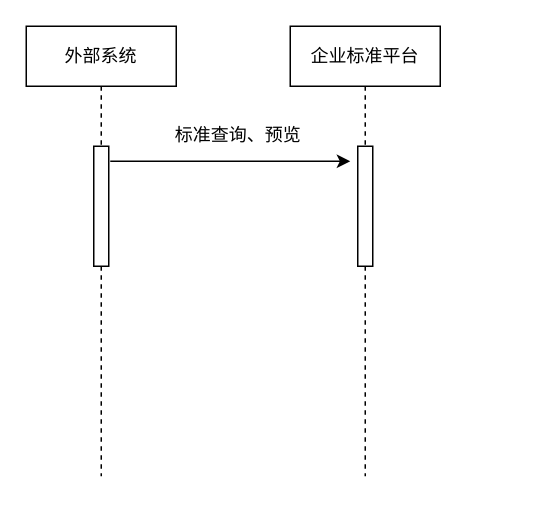
Earlier version of the draw.io diagram 设计相关/标准实时.drawio (DemonHan/KuickBuy). Source tidied: cells renumbered, new cells numbered last; positions are measured from the earlier drawing's top-left corner, leaving out a move shared by most shapes. Both pictures are drawn from the tidied source at 150%, with x=0, y=0 at pixel (26, 26).
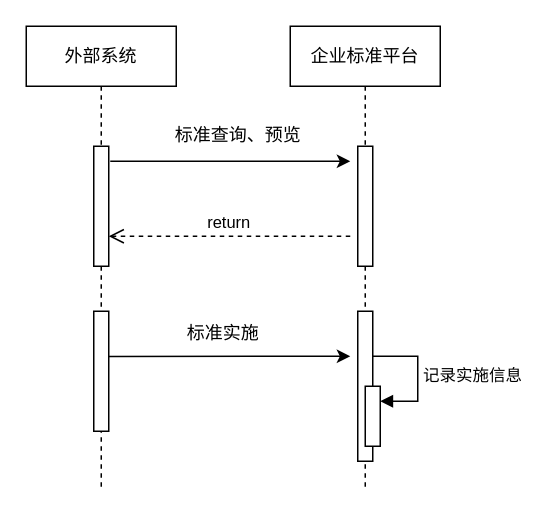
The same page after the edit.

Commit message (it also covers changes not shown here):
更新标准实时.drawio

What changed in the source:
```diff
@@
 <mxGraphModel>
   <root>
     <mxCell id="0" />
     <mxCell id="1" parent="0" />
     <mxCell id="2" value="企业标准平台" style="shape=umlLifeline;perimeter=lifelinePerimeter;whiteSpace=wrap;html=1;newEdgeStyle={&quot;edgeStyle&quot;:&quot;elbowEdgeStyle&quot;,&quot;elbow&quot;:&quot;vertical&quot;,&quot;curved&quot;:0,&quot;rounded&quot;:0};" parent="1" vertex="1">
-      <mxGeometry x="176" width="100" height="300" as="geometry" />
+      <mxGeometry x="176" width="100" height="310" as="geometry" />
     </mxCell>
     <mxCell id="3" style="html=1;perimeter=orthogonalPerimeter;targetShapes=umlLifeline;newEdgeStyle={&quot;edgeStyle&quot;:&quot;elbowEdgeStyle&quot;,&quot;elbow&quot;:&quot;vertical&quot;,&quot;curved&quot;:0,&quot;rounded&quot;:0};" parent="2" vertex="1">
       <mxGeometry x="45" y="80" width="10" height="80" as="geometry" />
     </mxCell>
+    <mxCell id="8" style="html=1;perimeter=orthogonalPerimeter;targetShapes=umlLifeline;newEdgeStyle={&quot;edgeStyle&quot;:&quot;elbowEdgeStyle&quot;,&quot;elbow&quot;:&quot;vertical&quot;,&quot;curved&quot;:0,&quot;rounded&quot;:0};" parent="2" vertex="1">
+      <mxGeometry x="45" y="190" width="10" height="100" as="geometry" />
+    </mxCell>
+    <mxCell id="9" style="html=1;points=[];perimeter=orthogonalPerimeter;outlineConnect=0;targetShapes=umlLifeline;portConstraint=eastwest;newEdgeStyle={&quot;edgeStyle&quot;:&quot;elbowEdgeStyle&quot;,&quot;elbow&quot;:&quot;vertical&quot;,&quot;curved&quot;:0,&quot;rounded&quot;:0};" parent="2" vertex="1">
+      <mxGeometry x="50" y="240" width="10" height="40" as="geometry" />
+    </mxCell>
+    <mxCell id="10" value="记录实施信息" style="html=1;align=left;spacingLeft=2;endArrow=block;rounded=0;edgeStyle=orthogonalEdgeStyle;curved=0;rounded=0;" parent="2" edge="1" target="9">
+      <mxGeometry relative="1" as="geometry">
+        <mxPoint x="55" y="220" as="sourcePoint" />
+        <Array as="points">
+          <mxPoint x="85" y="250" />
+        </Array>
+      </mxGeometry>
+    </mxCell>
     <mxCell id="4" value="外部系统" style="shape=umlLifeline;perimeter=lifelinePerimeter;whiteSpace=wrap;html=1;newEdgeStyle={&quot;edgeStyle&quot;:&quot;elbowEdgeStyle&quot;,&quot;elbow&quot;:&quot;vertical&quot;,&quot;curved&quot;:0,&quot;rounded&quot;:0};" parent="1" vertex="1">
-      <mxGeometry width="100" height="300" as="geometry" />
+      <mxGeometry width="100" height="310" as="geometry" />
     </mxCell>
     <mxCell id="5" style="html=1;points=[];perimeter=orthogonalPerimeter;outlineConnect=0;targetShapes=umlLifeline;portConstraint=eastwest;newEdgeStyle={&quot;edgeStyle&quot;:&quot;elbowEdgeStyle&quot;,&quot;elbow&quot;:&quot;vertical&quot;,&quot;curved&quot;:0,&quot;rounded&quot;:0};" parent="4" vertex="1">
       <mxGeometry x="45" y="80" width="10" height="80" as="geometry" />
     </mxCell>
+    <mxCell id="11" style="html=1;perimeter=orthogonalPerimeter;targetShapes=umlLifeline;newEdgeStyle={&quot;edgeStyle&quot;:&quot;elbowEdgeStyle&quot;,&quot;elbow&quot;:&quot;vertical&quot;,&quot;curved&quot;:0,&quot;rounded&quot;:0};" parent="4" vertex="1">
+      <mxGeometry x="45" y="190" width="10" height="80" as="geometry" />
+    </mxCell>
     <mxCell id="6" style="edgeStyle=elbowEdgeStyle;rounded=0;orthogonalLoop=1;jettySize=auto;html=1;elbow=vertical;curved=0;" parent="1" edge="1">
       <mxGeometry relative="1" as="geometry">
         <mxPoint x="56" y="90" as="sourcePoint" />
         <mxPoint x="216" y="90" as="targetPoint" />
       </mxGeometry>
     </mxCell>
     <mxCell id="7" value="标准查询、预览" style="text;html=1;align=center;verticalAlign=middle;strokeColor=none;fillColor=none;" parent="1" vertex="1">
       <mxGeometry x="86" y="58" width="110" height="30" as="geometry" />
     </mxCell>
+    <mxCell id="12" value="return" style="html=1;verticalAlign=bottom;endArrow=open;dashed=1;endSize=8;edgeStyle=elbowEdgeStyle;elbow=vertical;curved=0;rounded=0;" parent="1" edge="1" target="5">
+      <mxGeometry relative="1" as="geometry">
+        <mxPoint x="216" y="140" as="sourcePoint" />
+      </mxGeometry>
+    </mxCell>
+    <mxCell id="13" style="edgeStyle=elbowEdgeStyle;rounded=0;orthogonalLoop=1;jettySize=auto;html=1;elbow=vertical;curved=0;" parent="1" edge="1">
+      <mxGeometry relative="1" as="geometry">
+        <mxPoint x="55" y="220.1" as="sourcePoint" />
+        <mxPoint x="216" y="220" as="targetPoint" />
+      </mxGeometry>
+    </mxCell>
+    <mxCell id="14" value="标准实施" style="text;html=1;align=center;verticalAlign=middle;strokeColor=none;fillColor=none;" parent="1" vertex="1">
+      <mxGeometry x="96" y="190" width="70" height="30" as="geometry" />
+    </mxCell>
   </root>
 </mxGraphModel>
```
